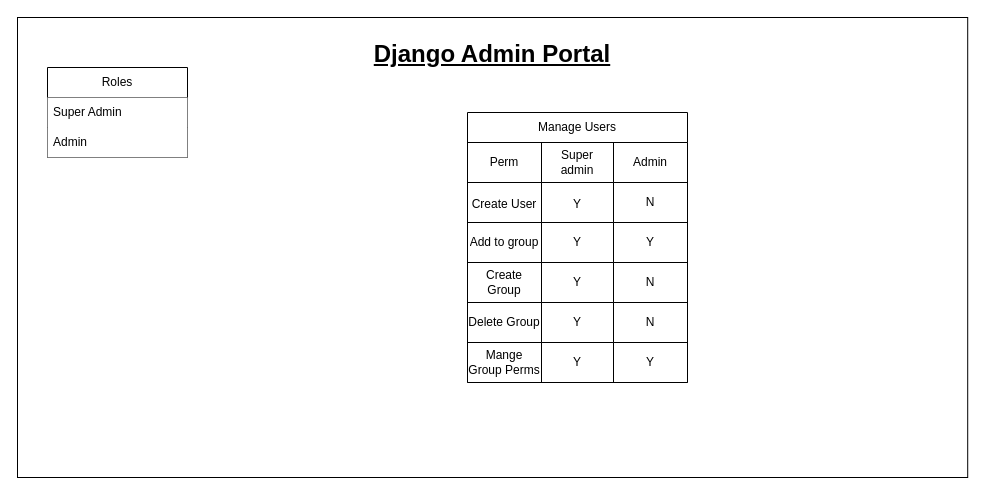
AeroAli/Diagrams keeps this draw.io diagram as page "Django Back End" (6 of 9) of Matt_Site.drawio. Above is the earlier version. Source tidied: cells renumbered, new cells numbered last; positions are measured from the earlier drawing's top-left corner, leaving out a move shared by most shapes. Both pictures are drawn from the tidied source at 100%, with x=0, y=0 at pixel (17, 17).
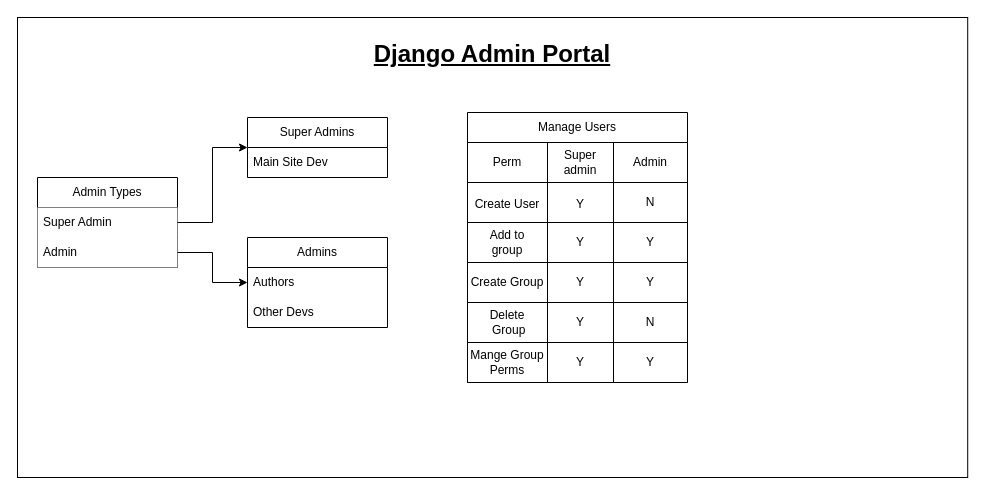
After the change.

The change refers to these unchanged cells:
```xml
<mxCell id="5" value="Admin" style="text;strokeColor=none;fillColor=default;align=left;verticalAlign=middle;spacingLeft=4;spacingRight=4;overflow=hidden;points=[[0,0.5],[1,0.5]];portConstraint=eastwest;whiteSpace=wrap;html=1;" parent="3" vertex="1">
  <mxGeometry y="60" width="140" height="30" as="geometry" />
</mxCell>
<mxCell id="8" style="shape=tableRow;horizontal=0;startSize=0;swimlaneHead=0;swimlaneBody=0;strokeColor=inherit;top=0;left=0;bottom=0;right=0;fillColor=none;fontSize=16;" parent="7" vertex="1">
  <mxGeometry width="220" height="40" as="geometry" />
</mxCell>
<mxCell id="12" style="shape=tableRow;horizontal=0;startSize=0;swimlaneHead=0;swimlaneBody=0;strokeColor=inherit;top=0;left=0;bottom=0;right=0;fillColor=none;fontSize=16;" parent="7" vertex="1">
  <mxGeometry y="40" width="220" height="40" as="geometry" />
</mxCell>
<mxCell id="16" style="shape=tableRow;horizontal=0;startSize=0;swimlaneHead=0;swimlaneBody=0;strokeColor=inherit;top=0;left=0;bottom=0;right=0;fillColor=none;fontSize=16;" parent="7" vertex="1">
  <mxGeometry y="80" width="220" height="40" as="geometry" />
</mxCell>
<mxCell id="20" style="shape=tableRow;horizontal=0;startSize=0;swimlaneHead=0;swimlaneBody=0;strokeColor=inherit;top=0;left=0;bottom=0;right=0;fillColor=none;fontSize=16;" parent="7" vertex="1">
  <mxGeometry y="120" width="220" height="40" as="geometry" />
</mxCell>
<mxCell id="24" style="shape=tableRow;horizontal=0;startSize=0;swimlaneHead=0;swimlaneBody=0;strokeColor=inherit;top=0;left=0;bottom=0;right=0;fillColor=none;fontSize=16;" parent="7" vertex="1">
  <mxGeometry y="160" width="220" height="40" as="geometry" />
</mxCell>
<mxCell id="28" style="shape=tableRow;horizontal=0;startSize=0;swimlaneHead=0;swimlaneBody=0;strokeColor=inherit;top=0;left=0;bottom=0;right=0;fillColor=none;fontSize=16;" parent="7" vertex="1">
  <mxGeometry y="200" width="220" height="40" as="geometry" />
</mxCell>
```

What changed in the source:
```diff
@@
-    <mxCell id="3" value="Roles" style="swimlane;fontStyle=0;horizontal=1;startSize=30;whiteSpace=wrap;html=1;" parent="1" vertex="1">
-      <mxGeometry x="30" y="50" width="140" height="90" as="geometry" />
+    <mxCell id="3" value="Admin Types" style="swimlane;fontStyle=0;horizontal=1;startSize=30;whiteSpace=wrap;html=1;" parent="1" vertex="1">
+      <mxGeometry x="20" y="160" width="140" height="90" as="geometry" />
     </mxCell>
@@
     <mxCell id="9" value="Perm" style="shape=partialRectangle;html=1;whiteSpace=wrap;strokeColor=inherit;overflow=hidden;fillColor=none;top=0;left=0;bottom=0;right=0;fontSize=12;" parent="8" vertex="1">
-      <mxGeometry width="74" height="40" as="geometry" />
+      <mxGeometry width="80" height="40" as="geometry" />
     </mxCell>
     <mxCell id="10" value="Super&lt;br&gt;admin" style="shape=partialRectangle;html=1;strokeColor=inherit;overflow=hidden;fillColor=none;top=0;left=0;bottom=0;right=0;fontSize=12;whiteSpace=wrap;" parent="8" vertex="1">
-      <mxGeometry x="74" width="72" height="40" as="geometry" />
+      <mxGeometry x="80" width="66" height="40" as="geometry" />
     </mxCell>
@@
     <mxCell id="13" value="&lt;font style=&quot;font-size: 12px;&quot;&gt;Create User&lt;/font&gt;" style="shape=partialRectangle;html=1;whiteSpace=wrap;strokeColor=inherit;overflow=hidden;fillColor=none;top=0;left=0;bottom=0;right=0;fontSize=16;" parent="12" vertex="1">
-      <mxGeometry width="74" height="40" as="geometry" />
+      <mxGeometry width="80" height="40" as="geometry" />
     </mxCell>
     <mxCell id="14" value="&lt;font style=&quot;font-size: 12px;&quot;&gt;Y&lt;/font&gt;" style="shape=partialRectangle;html=1;whiteSpace=wrap;strokeColor=inherit;overflow=hidden;fillColor=none;top=0;left=0;bottom=0;right=0;fontSize=16;" parent="12" vertex="1">
-      <mxGeometry x="74" width="72" height="40" as="geometry" />
+      <mxGeometry x="80" width="66" height="40" as="geometry" />
     </mxCell>
@@
-    <mxCell id="17" value="Add to group" style="shape=partialRectangle;html=1;whiteSpace=wrap;strokeColor=inherit;overflow=hidden;fillColor=none;top=0;left=0;bottom=0;right=0;fontSize=12;" parent="16" vertex="1">
-      <mxGeometry width="74" height="40" as="geometry" />
+    <mxCell id="17" value="Add to &lt;br&gt;group" style="shape=partialRectangle;html=1;whiteSpace=wrap;strokeColor=inherit;overflow=hidden;fillColor=none;top=0;left=0;bottom=0;right=0;fontSize=12;" parent="16" vertex="1">
+      <mxGeometry width="80" height="40" as="geometry" />
     </mxCell>
     <mxCell id="18" value="Y" style="shape=partialRectangle;html=1;whiteSpace=wrap;strokeColor=inherit;overflow=hidden;fillColor=none;top=0;left=0;bottom=0;right=0;fontSize=12;" parent="16" vertex="1">
-      <mxGeometry x="74" width="72" height="40" as="geometry" />
+      <mxGeometry x="80" width="66" height="40" as="geometry" />
     </mxCell>
@@
     <mxCell id="21" value="Create Group" style="shape=partialRectangle;html=1;whiteSpace=wrap;strokeColor=inherit;overflow=hidden;fillColor=none;top=0;left=0;bottom=0;right=0;fontSize=12;" parent="20" vertex="1">
-      <mxGeometry width="74" height="40" as="geometry" />
+      <mxGeometry width="80" height="40" as="geometry" />
     </mxCell>
     <mxCell id="22" value="Y" style="shape=partialRectangle;html=1;whiteSpace=wrap;strokeColor=inherit;overflow=hidden;fillColor=none;top=0;left=0;bottom=0;right=0;fontSize=12;" parent="20" vertex="1">
-      <mxGeometry x="74" width="72" height="40" as="geometry" />
+      <mxGeometry x="80" width="66" height="40" as="geometry" />
     </mxCell>
-    <mxCell id="23" value="N" style="shape=partialRectangle;html=1;whiteSpace=wrap;strokeColor=inherit;overflow=hidden;fillColor=none;top=0;left=0;bottom=0;right=0;fontSize=12;" parent="20" vertex="1">
+    <mxCell id="23" value="Y" style="shape=partialRectangle;html=1;whiteSpace=wrap;strokeColor=inherit;overflow=hidden;fillColor=none;top=0;left=0;bottom=0;right=0;fontSize=12;" parent="20" vertex="1">
       <mxGeometry x="146" width="74" height="40" as="geometry" />
     </mxCell>
@@
-    <mxCell id="25" value="Delete Group" style="shape=partialRectangle;html=1;whiteSpace=wrap;strokeColor=inherit;overflow=hidden;fillColor=none;top=0;left=0;bottom=0;right=0;fontSize=12;" parent="24" vertex="1">
-      <mxGeometry width="74" height="40" as="geometry" />
+    <mxCell id="25" value="Delete&lt;br&gt;&amp;nbsp;Group" style="shape=partialRectangle;html=1;whiteSpace=wrap;strokeColor=inherit;overflow=hidden;fillColor=none;top=0;left=0;bottom=0;right=0;fontSize=12;" parent="24" vertex="1">
+      <mxGeometry width="80" height="40" as="geometry" />
     </mxCell>
     <mxCell id="26" value="Y" style="shape=partialRectangle;html=1;whiteSpace=wrap;strokeColor=inherit;overflow=hidden;fillColor=none;top=0;left=0;bottom=0;right=0;fontSize=12;" parent="24" vertex="1">
-      <mxGeometry x="74" width="72" height="40" as="geometry" />
+      <mxGeometry x="80" width="66" height="40" as="geometry" />
     </mxCell>
@@
     <mxCell id="29" value="Mange Group Perms" style="shape=partialRectangle;html=1;whiteSpace=wrap;strokeColor=inherit;overflow=hidden;fillColor=none;top=0;left=0;bottom=0;right=0;fontSize=12;" parent="28" vertex="1">
-      <mxGeometry width="74" height="40" as="geometry" />
+      <mxGeometry width="80" height="40" as="geometry" />
     </mxCell>
     <mxCell id="30" value="Y" style="shape=partialRectangle;html=1;whiteSpace=wrap;strokeColor=inherit;overflow=hidden;fillColor=none;top=0;left=0;bottom=0;right=0;fontSize=12;" parent="28" vertex="1">
-      <mxGeometry x="74" width="72" height="40" as="geometry" />
+      <mxGeometry x="80" width="66" height="40" as="geometry" />
     </mxCell>
@@
+    <mxCell id="32" style="edgeStyle=orthogonalEdgeStyle;rounded=0;jettySize=auto;html=1;entryX=1;entryY=0.5;entryDx=0;entryDy=0;endArrow=none;endFill=0;startArrow=classic;startFill=1;" parent="1" edge="1" source="33" target="3">
+      <mxGeometry relative="1" as="geometry" />
+    </mxCell>
+    <mxCell id="33" value="Super Admins" style="swimlane;fontStyle=0;horizontal=1;startSize=30;whiteSpace=wrap;html=1;" parent="1" vertex="1">
+      <mxGeometry x="230" y="100" width="140" height="60" as="geometry" />
+    </mxCell>
+    <mxCell id="34" value="Main Site Dev" style="text;strokeColor=none;fillColor=none;align=left;verticalAlign=middle;spacingLeft=4;spacingRight=4;overflow=hidden;whiteSpace=wrap;html=1;" parent="33" vertex="1">
+      <mxGeometry y="30" width="140" height="30" as="geometry" />
+    </mxCell>
+    <mxCell id="35" style="edgeStyle=orthogonalEdgeStyle;rounded=0;jettySize=auto;html=1;entryX=1;entryY=0.5;entryDx=0;entryDy=0;startArrow=classic;startFill=1;endArrow=none;endFill=0;" parent="1" edge="1" source="36" target="5">
+      <mxGeometry relative="1" as="geometry" />
+    </mxCell>
+    <mxCell id="36" value="Admins" style="swimlane;fontStyle=0;horizontal=1;startSize=30;whiteSpace=wrap;html=1;" parent="1" vertex="1">
+      <mxGeometry x="230" y="220" width="140" height="90" as="geometry" />
+    </mxCell>
+    <mxCell id="37" value="Authors" style="text;strokeColor=none;fillColor=none;align=left;verticalAlign=middle;spacingLeft=4;spacingRight=4;overflow=hidden;whiteSpace=wrap;html=1;" parent="1" vertex="1">
+      <mxGeometry x="230" y="250" width="140" height="30" as="geometry" />
+    </mxCell>
+    <mxCell id="38" value="Other Devs" style="text;strokeColor=none;fillColor=none;align=left;verticalAlign=middle;spacingLeft=4;spacingRight=4;overflow=hidden;whiteSpace=wrap;html=1;" parent="1" vertex="1">
+      <mxGeometry x="230" y="280" width="140" height="30" as="geometry" />
+    </mxCell>
```
